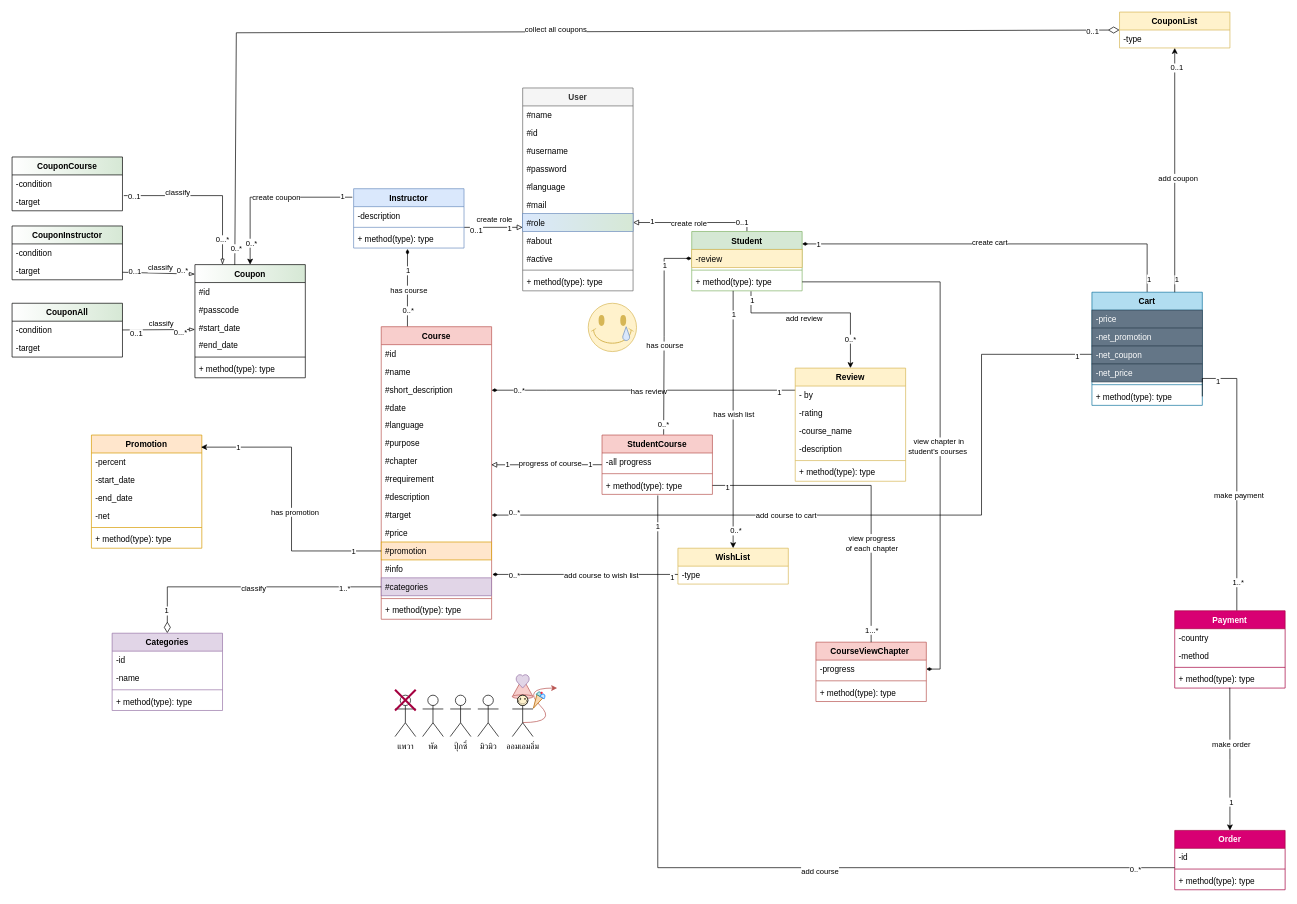
Earlier version of the draw.io diagram ClassDiagram.drawio (pratanporn13promax/OOP-Class-Sequence-UseCase-Diagram). Source tidied: cells renumbered, new cells numbered last; positions are measured from the earlier drawing's top-left corner, leaving out a move shared by most shapes. Both pictures are drawn from the tidied source at 69%, with x=0, y=0 at pixel (12, 12).
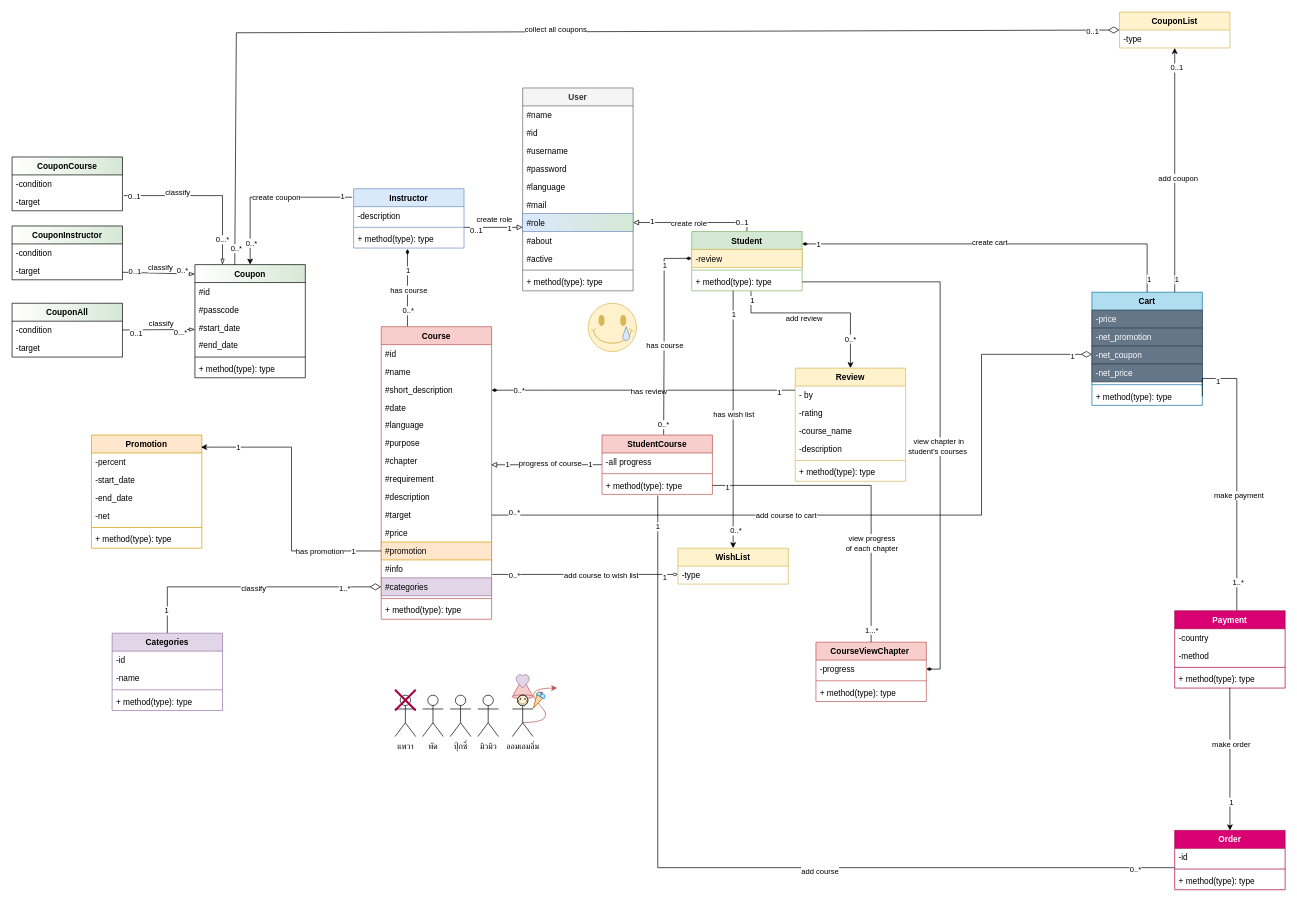
The same diagram, later.

Unchanged cells that the change refers to:
```xml
<mxCell id="8" value="Course" style="swimlane;fontStyle=1;align=center;verticalAlign=top;horizontal=1;startSize=26;fillColor=#f8cecc;strokeColor=#b85450;" parent="1" vertex="1">
  <mxGeometry x="535" y="456" width="160" height="424" as="geometry" />
</mxCell>
<mxCell id="22" value="#target" style="text;strokeColor=none;fillColor=none;align=left;verticalAlign=top;spacingLeft=4;spacingRight=4;overflow=hidden;points=[[0,0.5],[1,0.5]];portConstraint=eastwest;" parent="8" vertex="1">
  <mxGeometry y="260" width="160" height="26" as="geometry" />
</mxCell>
<mxCell id="25" value="#info" style="text;strokeColor=none;fillColor=none;align=left;verticalAlign=top;spacingLeft=4;spacingRight=4;overflow=hidden;points=[[0,0.5],[1,0.5]];portConstraint=eastwest;" parent="8" vertex="1">
  <mxGeometry y="338" width="160" height="26" as="geometry" />
</mxCell>
<mxCell id="26" value="#categories" style="text;strokeColor=#9673a6;fillColor=#e1d5e7;align=left;verticalAlign=top;spacingLeft=4;spacingRight=4;overflow=hidden;points=[[0,0.5],[1,0.5]];portConstraint=eastwest;" parent="8" vertex="1">
  <mxGeometry y="364" width="160" height="26" as="geometry" />
</mxCell>
<mxCell id="76" value="Categories" style="swimlane;fontStyle=1;align=center;verticalAlign=top;horizontal=1;startSize=26;fillColor=#e1d5e7;strokeColor=#9673a6;" parent="1" vertex="1">
  <mxGeometry x="145" y="900.2" width="160" height="112" as="geometry" />
</mxCell>
<mxCell id="112" style="edgeStyle=orthogonalEdgeStyle;rounded=0;jettySize=auto;html=1;entryX=0.993;entryY=0.107;entryDx=0;entryDy=0;entryPerimeter=0;startArrow=none;startFill=0;endArrow=classic;endFill=1;" parent="1" edge="1" source="24" target="101">
  <mxGeometry relative="1" as="geometry" />
</mxCell>
<mxCell id="189" value="-type" style="text;strokeColor=none;fillColor=none;align=left;verticalAlign=top;spacingLeft=4;spacingRight=4;overflow=hidden;points=[[0,0.5],[1,0.5]];portConstraint=eastwest;" parent="188" vertex="1">
  <mxGeometry y="26" width="160" height="26" as="geometry" />
</mxCell>
```

What changed in the source:
```diff
@@
-    <mxCell id="18" style="edgeStyle=orthogonalEdgeStyle;rounded=0;jettySize=auto;html=1;startArrow=diamondThin;startFill=1;endArrow=none;endFill=0;" parent="8" edge="1" source="22">
+    <mxCell id="18" style="edgeStyle=orthogonalEdgeStyle;rounded=0;jettySize=auto;html=1;startArrow=none;startFill=0;endArrow=diamondThin;endFill=0;endSize=13;" parent="8" edge="1" source="22">
       <mxGeometry relative="1" as="geometry">
         <mxPoint x="1030" y="40" as="targetPoint" />
         <Array as="points">
           <mxPoint x="870" y="273" />
           <mxPoint x="870" y="40" />
         </Array>
       </mxGeometry>
     </mxCell>
     <mxCell id="19" value="1" style="edgeLabel;html=1;align=center;verticalAlign=middle;" parent="18" vertex="1">
-      <mxGeometry x="0.96" y="-2" relative="1" as="geometry" />
+      <mxGeometry x="0.96" y="-2" relative="1" as="geometry">
+        <mxPoint x="-7" as="offset" />
+      </mxGeometry>
     </mxCell>
@@
-    <mxCell id="72" style="edgeStyle=orthogonalEdgeStyle;rounded=0;jettySize=auto;html=1;entryX=0;entryY=0.5;entryDx=0;entryDy=0;startArrow=diamondThin;startFill=0;endArrow=none;endFill=0;exitX=0.5;exitY=0;exitDx=0;exitDy=0;endSize=0;startSize=14;" parent="1" edge="1" source="76" target="26">
+    <mxCell id="72" style="edgeStyle=orthogonalEdgeStyle;rounded=0;jettySize=auto;html=1;startArrow=none;startFill=0;endArrow=diamondThin;endFill=0;exitX=0.5;exitY=0;exitDx=0;exitDy=0;endSize=14;startSize=14;entryX=0;entryY=0.5;entryDx=0;entryDy=0;" parent="1" edge="1" source="76" target="26">
       <mxGeometry relative="1" as="geometry">
         <Array as="points">
           <mxPoint x="225" y="833" />
         </Array>
       </mxGeometry>
     </mxCell>
@@
     <mxCell id="115" value="has promotion" style="edgeLabel;html=1;align=center;verticalAlign=middle;" parent="112" vertex="1">
-      <mxGeometry x="-0.09" y="-4" relative="1" as="geometry" />
+      <mxGeometry x="-0.09" y="-4" relative="1" as="geometry">
+        <mxPoint x="36" y="57" as="offset" />
+      </mxGeometry>
     </mxCell>
@@
-    <mxCell id="190" style="edgeStyle=orthogonalEdgeStyle;rounded=0;jettySize=auto;html=1;startArrow=none;startFill=0;endArrow=diamondThin;endFill=1;entryX=1.006;entryY=0.808;entryDx=0;entryDy=0;entryPerimeter=0;" parent="1" edge="1" source="189" target="25">
+    <mxCell id="190" style="edgeStyle=orthogonalEdgeStyle;rounded=0;jettySize=auto;html=1;startArrow=diamondThin;startFill=0;endArrow=none;endFill=0;entryX=1.006;entryY=0.808;entryDx=0;entryDy=0;entryPerimeter=0;" parent="1" edge="1" source="189" target="25">
       <mxGeometry relative="1" as="geometry">
         <Array as="points">
           <mxPoint x="895" y="815" />
           <mxPoint x="895" y="815" />
         </Array>
       </mxGeometry>
     </mxCell>
     <mxCell id="191" value="1" style="edgeLabel;html=1;align=center;verticalAlign=middle;" parent="190" vertex="1">
-      <mxGeometry x="-0.93" y="4" relative="1" as="geometry" />
+      <mxGeometry x="-0.93" y="4" relative="1" as="geometry">
+        <mxPoint x="-11" as="offset" />
+      </mxGeometry>
     </mxCell>
```
